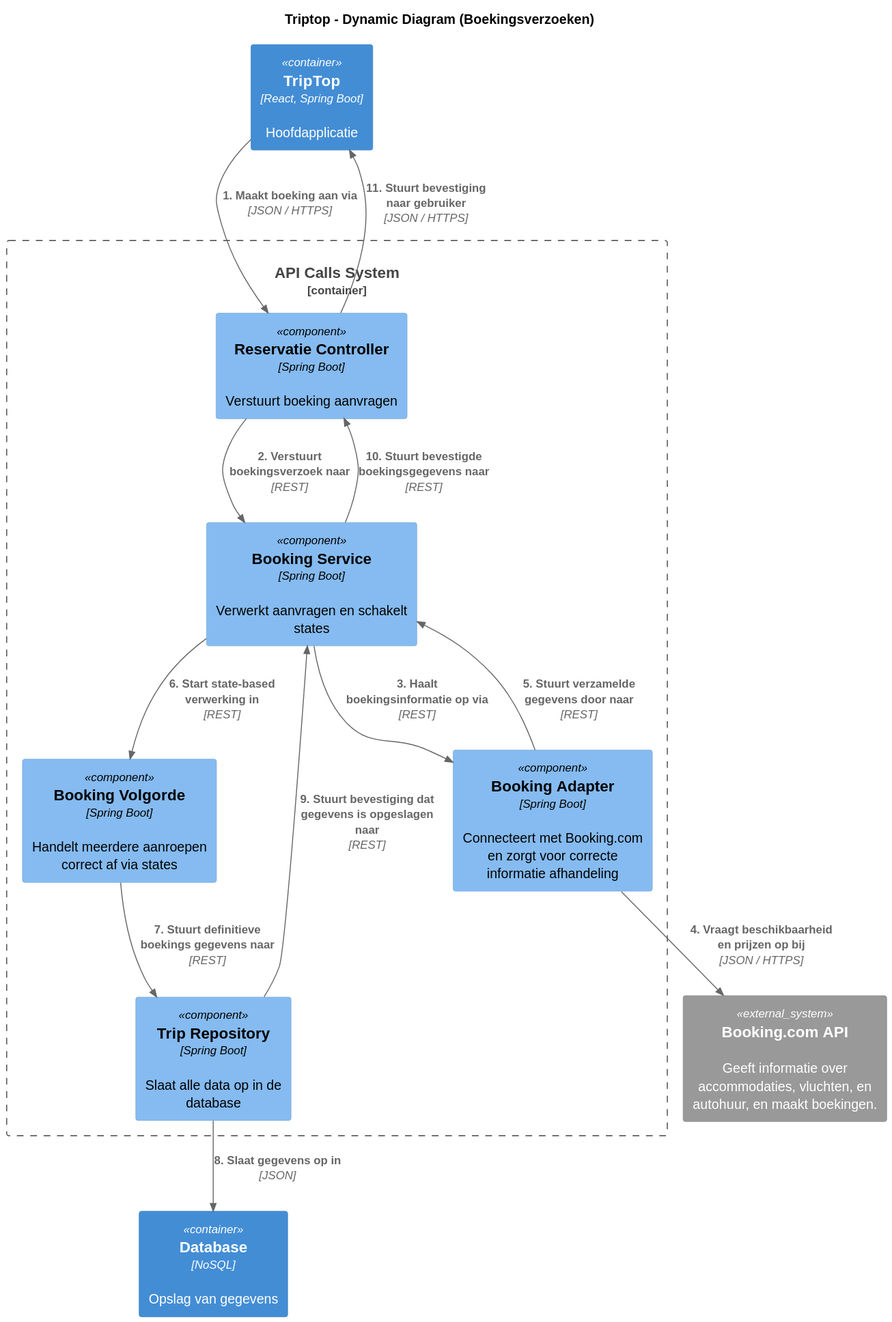
AIM-ENE-feb25/triptop-beca keeps this PlantUML diagram as software-guidebook/ontwerpvraag-burak/dynamic-component-diagram-burak.svg. Above is the earlier version. The source it was exported from:
```plantuml
@startuml
!include https://raw.githubusercontent.com/plantuml-stdlib/C4-PlantUML/master/C4_Component.puml

title Triptop - Dynamic Diagram (Boekingsverzoeken)

Container(trip_trop, "TripTop", "React, Spring Boot", "Hoofdapplicatie")
Container(db, "Database", "NoSQL", "Opslag van gegevens")
System_Ext(booking_com_api, "Booking.com API", "Geeft informatie over accommodaties, vluchten, en autohuur, en maakt boekingen.")

Container_Boundary(backend, "API Calls System") {
    Component(reservatie_controller, "Reservatie Controller", "Spring Boot", "Verstuurt boeking aanvragen")
    Component(booking_service, "Booking Service", "Spring Boot", "Verwerkt aanvragen en schakelt states")
    Component(booking_volgorde, "Booking Volgorde", "Spring Boot", "Handelt meerdere aanroepen correct af via states")
    Component(booking_adapter, "Booking Adapter", "Spring Boot", "Connecteert met Booking.com en zorgt voor correcte informatie afhandeling")
    Component(trip_repository, "Trip Repository", "Spring Boot", "Slaat alle data op in de database")
}

Rel(trip_trop, reservatie_controller, "1. Maakt boeking aan via", "JSON / HTTPS")
Rel(reservatie_controller, booking_service, "2. Verstuurt boekingsverzoek naar", "REST")
Rel(booking_service, booking_adapter, "3. Haalt boekingsinformatie op via", "REST")
Rel(booking_adapter, booking_com_api, "4. Vraagt beschikbaarheid en prijzen op bij", "JSON / HTTPS")
Rel(booking_adapter, booking_service, "5. Stuurt verzamelde gegevens door naar", "REST")
Rel(booking_service, booking_volgorde, "6. Start state-based verwerking in", "REST")
Rel(booking_volgorde, trip_repository, "7. Stuurt definitieve boekings gegevens naar", "REST")
Rel(trip_repository, db, "8. Slaat gegevens op in", "JSON")
Rel(trip_repository, booking_service, "9. Stuurt bevestiging dat gegevens is opgeslagen naar", "REST")
Rel(booking_service, reservatie_controller, "10. Stuurt bevestigde boekingsgegevens naar", "REST")
Rel(reservatie_controller, trip_trop, "11. Stuurt bevestiging naar gebruiker", "JSON / HTTPS")
@enduml
```
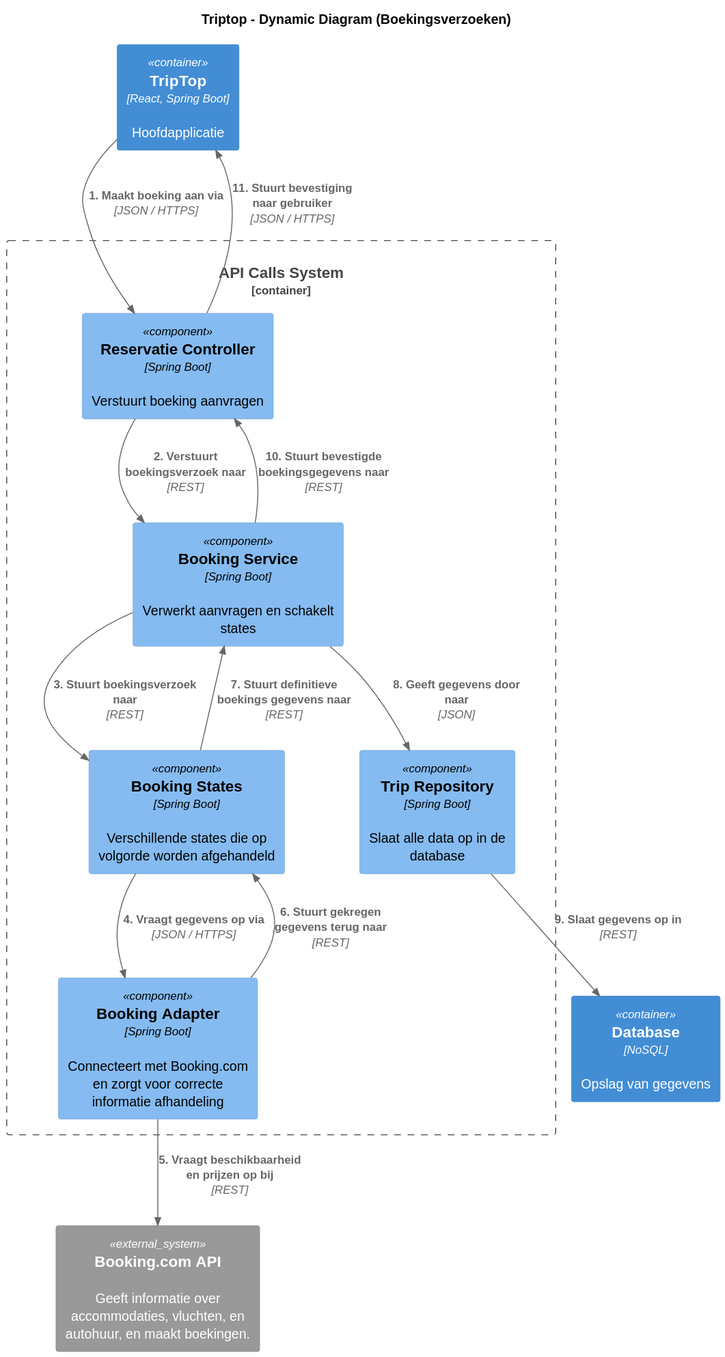
The same file after the commit.

What changed in the source:
```diff
@@ -5,25 +5,25 @@
 
 Container(trip_trop, "TripTop", "React, Spring Boot", "Hoofdapplicatie")
 Container(db, "Database", "NoSQL", "Opslag van gegevens")
-System_Ext(booking_com_api, "Booking.com API", "Geeft informatie over accommodaties, vluchten, en autohuur, en maakt boekingen.")
+System_Ext(booking_api, "Booking.com API", "Geeft informatie over accommodaties, vluchten, en autohuur, en maakt boekingen.")
 
 Container_Boundary(backend, "API Calls System") {
     Component(reservatie_controller, "Reservatie Controller", "Spring Boot", "Verstuurt boeking aanvragen")
     Component(booking_service, "Booking Service", "Spring Boot", "Verwerkt aanvragen en schakelt states")
-    Component(booking_volgorde, "Booking Volgorde", "Spring Boot", "Handelt meerdere aanroepen correct af via states")
+    Component(booking_states, "Booking States", "Spring Boot", "Verschillende states die op volgorde worden afgehandeld")
     Component(booking_adapter, "Booking Adapter", "Spring Boot", "Connecteert met Booking.com en zorgt voor correcte informatie afhandeling")
     Component(trip_repository, "Trip Repository", "Spring Boot", "Slaat alle data op in de database")
 }
 
 Rel(trip_trop, reservatie_controller, "1. Maakt boeking aan via", "JSON / HTTPS")
 Rel(reservatie_controller, booking_service, "2. Verstuurt boekingsverzoek naar", "REST")
-Rel(booking_service, booking_adapter, "3. Haalt boekingsinformatie op via", "REST")
-Rel(booking_adapter, booking_com_api, "4. Vraagt beschikbaarheid en prijzen op bij", "JSON / HTTPS")
-Rel(booking_adapter, booking_service, "5. Stuurt verzamelde gegevens door naar", "REST")
-Rel(booking_service, booking_volgorde, "6. Start state-based verwerking in", "REST")
-Rel(booking_volgorde, trip_repository, "7. Stuurt definitieve boekings gegevens naar", "REST")
-Rel(trip_repository, db, "8. Slaat gegevens op in", "JSON")
-Rel(trip_repository, booking_service, "9. Stuurt bevestiging dat gegevens is opgeslagen naar", "REST")
+Rel(booking_service, booking_states, "3. Stuurt boekingsverzoek naar", "REST")
+Rel(booking_states, booking_adapter, "4. Vraagt gegevens op via", "JSON / HTTPS")
+Rel(booking_adapter, booking_api, "5. Vraagt beschikbaarheid en prijzen op bij", "REST")
+Rel(booking_adapter, booking_states, "6. Stuurt gekregen gegevens terug naar", "REST")
+Rel(booking_states, booking_service, "7. Stuurt definitieve boekings gegevens naar", "REST")
+Rel(booking_service, trip_repository, "8. Geeft gegevens door naar", "JSON")
+Rel(trip_repository, db, "9. Slaat gegevens op in", "REST")
 Rel(booking_service, reservatie_controller, "10. Stuurt bevestigde boekingsgegevens naar", "REST")
 Rel(reservatie_controller, trip_trop, "11. Stuurt bevestiging naar gebruiker", "JSON / HTTPS")
 @enduml
```
